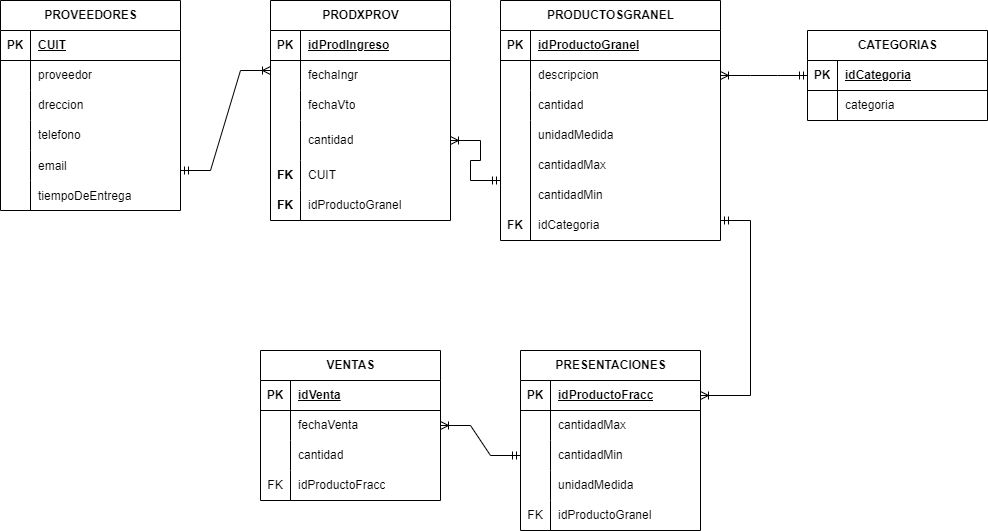
Earlier version of the draw.io export diagramaCrowFoot.drawio.png (ISPC-PROYECTOS/controlStockGranel). Source tidied: cells renumbered, new cells last; positions are measured from the earlier drawing's top-left corner, leaving out a move shared by most shapes.
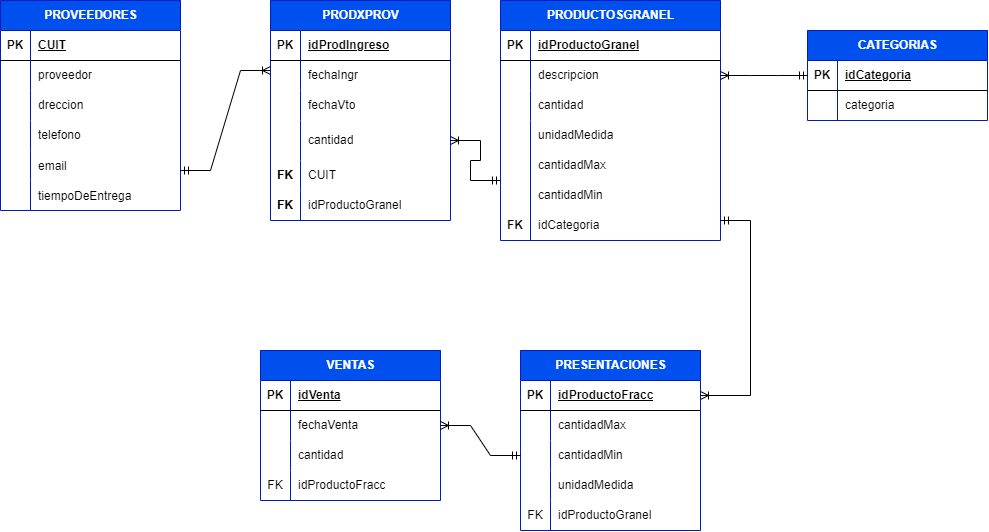
The same diagram one commit later.

What changed in the source:
```diff
@@ -2,64 +2,64 @@
   <root>
     <mxCell id="0" />
     <mxCell id="1" parent="0" />
-    <mxCell id="2" value="PROVEEDORES" style="shape=table;startSize=30;rowLines=0;fontStyle=1;align=center;html=1;" parent="1" vertex="1">
+    <mxCell id="2" value="PROVEEDORES" style="shape=table;startSize=30;rowLines=0;fontStyle=1;align=center;html=1;fillColor=#0050ef;fontColor=#ffffff;strokeColor=#001DBC;gradientColor=none;swimlaneFillColor=#ffffff;" parent="1" vertex="1">
       <mxGeometry width="180" height="210" as="geometry" />
     </mxCell>
-    <mxCell id="3" style="shape=tableRow;horizontal=0;startSize=0;swimlaneHead=0;swimlaneBody=0;fillColor=none;top=0;left=0;right=0;bottom=1;" parent="2" vertex="1">
+    <mxCell id="3" style="shape=tableRow;horizontal=0;startSize=0;swimlaneHead=0;swimlaneBody=0;fillColor=none;top=0;left=0;right=0;bottom=1;swimlaneFillColor=none;" parent="2" vertex="1">
       <mxGeometry y="30" width="180" height="30" as="geometry" />
     </mxCell>
-    <mxCell id="4" value="PK" style="shape=partialRectangle;fillColor=none;top=0;left=0;bottom=0;right=0;fontStyle=1;overflow=hidden;whiteSpace=wrap;html=1;" parent="3" vertex="1">
+    <mxCell id="4" value="PK" style="shape=partialRectangle;fillColor=none;top=0;left=0;bottom=0;right=0;fontStyle=1;overflow=hidden;whiteSpace=wrap;html=1;swimlaneFillColor=none;" parent="3" vertex="1">
       <mxGeometry width="30" height="30" as="geometry" />
     </mxCell>
-    <mxCell id="5" value="CUIT" style="shape=partialRectangle;fillColor=none;top=0;left=0;bottom=0;right=0;align=left;spacingLeft=6;fontStyle=5;overflow=hidden;whiteSpace=wrap;html=1;" parent="3" vertex="1">
+    <mxCell id="5" value="CUIT" style="shape=partialRectangle;fillColor=none;top=0;left=0;bottom=0;right=0;align=left;spacingLeft=6;fontStyle=5;overflow=hidden;whiteSpace=wrap;html=1;swimlaneFillColor=none;" parent="3" vertex="1">
       <mxGeometry x="30" width="150" height="30" as="geometry" />
     </mxCell>
-    <mxCell id="6" style="shape=tableRow;horizontal=0;startSize=0;swimlaneHead=0;swimlaneBody=0;fillColor=none;top=0;left=0;right=0;bottom=0;" parent="2" vertex="1">
+    <mxCell id="6" style="shape=tableRow;horizontal=0;startSize=0;swimlaneHead=0;swimlaneBody=0;fillColor=none;top=0;left=0;right=0;bottom=0;swimlaneFillColor=none;" parent="2" vertex="1">
       <mxGeometry y="60" width="180" height="30" as="geometry" />
     </mxCell>
-    <mxCell id="7" style="shape=partialRectangle;fillColor=none;top=0;left=0;bottom=0;right=0;overflow=hidden;whiteSpace=wrap;html=1;" parent="6" vertex="1">
+    <mxCell id="7" style="shape=partialRectangle;fillColor=none;top=0;left=0;bottom=0;right=0;overflow=hidden;whiteSpace=wrap;html=1;swimlaneFillColor=none;" parent="6" vertex="1">
       <mxGeometry width="30" height="30" as="geometry" />
     </mxCell>
-    <mxCell id="8" value="proveedor" style="shape=partialRectangle;fillColor=none;top=0;left=0;bottom=0;right=0;align=left;spacingLeft=6;overflow=hidden;whiteSpace=wrap;html=1;" parent="6" vertex="1">
+    <mxCell id="8" value="proveedor" style="shape=partialRectangle;fillColor=none;top=0;left=0;bottom=0;right=0;align=left;spacingLeft=6;overflow=hidden;whiteSpace=wrap;html=1;swimlaneFillColor=none;" parent="6" vertex="1">
       <mxGeometry x="30" width="150" height="30" as="geometry" />
     </mxCell>
-    <mxCell id="9" style="shape=tableRow;horizontal=0;startSize=0;swimlaneHead=0;swimlaneBody=0;fillColor=none;top=0;left=0;right=0;bottom=0;" parent="2" vertex="1">
+    <mxCell id="9" style="shape=tableRow;horizontal=0;startSize=0;swimlaneHead=0;swimlaneBody=0;fillColor=none;top=0;left=0;right=0;bottom=0;swimlaneFillColor=none;" parent="2" vertex="1">
       <mxGeometry y="90" width="180" height="30" as="geometry" />
     </mxCell>
-    <mxCell id="10" style="shape=partialRectangle;fillColor=none;top=0;left=0;bottom=0;right=0;overflow=hidden;whiteSpace=wrap;html=1;" parent="9" vertex="1">
+    <mxCell id="10" style="shape=partialRectangle;fillColor=none;top=0;left=0;bottom=0;right=0;overflow=hidden;whiteSpace=wrap;html=1;swimlaneFillColor=none;" parent="9" vertex="1">
       <mxGeometry width="30" height="30" as="geometry" />
     </mxCell>
-    <mxCell id="11" value="dreccion" style="shape=partialRectangle;fillColor=none;top=0;left=0;bottom=0;right=0;align=left;spacingLeft=6;overflow=hidden;whiteSpace=wrap;html=1;" parent="9" vertex="1">
+    <mxCell id="11" value="dreccion" style="shape=partialRectangle;fillColor=none;top=0;left=0;bottom=0;right=0;align=left;spacingLeft=6;overflow=hidden;whiteSpace=wrap;html=1;swimlaneFillColor=none;" parent="9" vertex="1">
       <mxGeometry x="30" width="150" height="30" as="geometry" />
     </mxCell>
-    <mxCell id="12" style="shape=tableRow;horizontal=0;startSize=0;swimlaneHead=0;swimlaneBody=0;fillColor=none;top=0;left=0;right=0;bottom=0;" parent="2" vertex="1">
+    <mxCell id="12" style="shape=tableRow;horizontal=0;startSize=0;swimlaneHead=0;swimlaneBody=0;fillColor=none;top=0;left=0;right=0;bottom=0;swimlaneFillColor=none;" parent="2" vertex="1">
       <mxGeometry y="120" width="180" height="30" as="geometry" />
     </mxCell>
-    <mxCell id="13" style="shape=partialRectangle;fillColor=none;top=0;left=0;bottom=0;right=0;overflow=hidden;whiteSpace=wrap;html=1;" parent="12" vertex="1">
+    <mxCell id="13" style="shape=partialRectangle;fillColor=none;top=0;left=0;bottom=0;right=0;overflow=hidden;whiteSpace=wrap;html=1;swimlaneFillColor=none;" parent="12" vertex="1">
       <mxGeometry width="30" height="30" as="geometry" />
     </mxCell>
-    <mxCell id="14" value="telefono" style="shape=partialRectangle;fillColor=none;top=0;left=0;bottom=0;right=0;align=left;spacingLeft=6;overflow=hidden;whiteSpace=wrap;html=1;" parent="12" vertex="1">
+    <mxCell id="14" value="telefono" style="shape=partialRectangle;fillColor=none;top=0;left=0;bottom=0;right=0;align=left;spacingLeft=6;overflow=hidden;whiteSpace=wrap;html=1;swimlaneFillColor=none;" parent="12" vertex="1">
       <mxGeometry x="30" width="150" height="30" as="geometry" />
     </mxCell>
-    <mxCell id="15" style="shape=tableRow;horizontal=0;startSize=0;swimlaneHead=0;swimlaneBody=0;fillColor=none;top=0;left=0;right=0;bottom=0;" parent="2" vertex="1">
+    <mxCell id="15" style="shape=tableRow;horizontal=0;startSize=0;swimlaneHead=0;swimlaneBody=0;fillColor=none;top=0;left=0;right=0;bottom=0;swimlaneFillColor=none;" parent="2" vertex="1">
       <mxGeometry y="150" width="180" height="30" as="geometry" />
     </mxCell>
-    <mxCell id="16" style="shape=partialRectangle;fillColor=none;top=0;left=0;bottom=0;right=0;overflow=hidden;" parent="15" vertex="1">
+    <mxCell id="16" style="shape=partialRectangle;fillColor=none;top=0;left=0;bottom=0;right=0;overflow=hidden;swimlaneFillColor=none;" parent="15" vertex="1">
       <mxGeometry width="30" height="30" as="geometry" />
     </mxCell>
-    <mxCell id="17" value="email" style="shape=partialRectangle;fillColor=none;top=0;left=0;bottom=0;right=0;align=left;spacingLeft=6;overflow=hidden;" parent="15" vertex="1">
+    <mxCell id="17" value="email" style="shape=partialRectangle;fillColor=none;top=0;left=0;bottom=0;right=0;align=left;spacingLeft=6;overflow=hidden;swimlaneFillColor=none;" parent="15" vertex="1">
       <mxGeometry x="30" width="150" height="30" as="geometry" />
     </mxCell>
-    <mxCell id="18" style="shape=tableRow;horizontal=0;startSize=0;swimlaneHead=0;swimlaneBody=0;fillColor=none;top=0;left=0;right=0;bottom=0;" parent="2" vertex="1">
+    <mxCell id="18" style="shape=tableRow;horizontal=0;startSize=0;swimlaneHead=0;swimlaneBody=0;fillColor=none;top=0;left=0;right=0;bottom=0;swimlaneFillColor=none;" parent="2" vertex="1">
       <mxGeometry y="180" width="180" height="30" as="geometry" />
     </mxCell>
-    <mxCell id="19" style="shape=partialRectangle;fillColor=none;top=0;left=0;bottom=0;right=0;overflow=hidden;" parent="18" vertex="1">
+    <mxCell id="19" style="shape=partialRectangle;fillColor=none;top=0;left=0;bottom=0;right=0;overflow=hidden;swimlaneFillColor=none;" parent="18" vertex="1">
       <mxGeometry width="30" height="30" as="geometry" />
     </mxCell>
-    <mxCell id="20" value="tiempoDeEntrega" style="shape=partialRectangle;fillColor=none;top=0;left=0;bottom=0;right=0;align=left;spacingLeft=6;overflow=hidden;" parent="18" vertex="1">
+    <mxCell id="20" value="tiempoDeEntrega" style="shape=partialRectangle;fillColor=none;top=0;left=0;bottom=0;right=0;align=left;spacingLeft=6;overflow=hidden;swimlaneFillColor=none;" parent="18" vertex="1">
       <mxGeometry x="30" width="150" height="30" as="geometry" />
     </mxCell>
-    <mxCell id="21" value="PRODXPROV" style="shape=table;startSize=30;rowLines=0;fontStyle=1;align=center;html=1;" parent="1" vertex="1">
+    <mxCell id="21" value="PRODXPROV" style="shape=table;startSize=30;rowLines=0;fontStyle=1;align=center;html=1;fillColor=#0050ef;fontColor=#ffffff;strokeColor=#001DBC;swimlaneFillColor=#ffffff;" parent="1" vertex="1">
       <mxGeometry x="270" width="180" height="220" as="geometry" />
     </mxCell>
     <mxCell id="22" style="shape=tableRow;horizontal=0;startSize=0;swimlaneHead=0;swimlaneBody=0;fillColor=none;top=0;left=0;right=0;bottom=1;" parent="21" vertex="1">
@@ -116,7 +116,7 @@
     <mxCell id="39" value="idProductoGranel" style="shape=partialRectangle;fillColor=none;top=0;left=0;bottom=0;right=0;align=left;spacingLeft=6;fontStyle=0;overflow=hidden;whiteSpace=wrap;html=1;" parent="37" vertex="1">
       <mxGeometry x="30" width="150" height="30" as="geometry" />
     </mxCell>
-    <mxCell id="40" value="PRODUCTOSGRANEL" style="shape=table;startSize=30;rowLines=0;fontStyle=1;align=center;html=1;" parent="1" vertex="1">
+    <mxCell id="40" value="PRODUCTOSGRANEL" style="shape=table;startSize=30;rowLines=0;fontStyle=1;align=center;html=1;fillColor=#0050ef;fontColor=#ffffff;strokeColor=#001DBC;swimlaneFillColor=#ffffff;" parent="1" vertex="1">
       <mxGeometry x="500" width="220" height="240" as="geometry" />
     </mxCell>
     <mxCell id="41" style="shape=tableRow;horizontal=0;startSize=0;swimlaneHead=0;swimlaneBody=0;fillColor=none;top=0;left=0;right=0;bottom=1;" parent="40" vertex="1">
@@ -189,7 +189,7 @@
         </Array>
       </mxGeometry>
     </mxCell>
-    <mxCell id="62" value="CATEGORIAS" style="shape=table;startSize=30;rowLines=0;fontStyle=1;align=center;html=1;" parent="1" vertex="1">
+    <mxCell id="62" value="CATEGORIAS" style="shape=table;startSize=30;rowLines=0;fontStyle=1;align=center;html=1;fillColor=#0050ef;fontColor=#ffffff;strokeColor=#001DBC;swimlaneFillColor=#ffffff;" parent="1" vertex="1">
       <mxGeometry x="807" y="30" width="180" height="90" as="geometry" />
     </mxCell>
     <mxCell id="63" style="shape=tableRow;horizontal=0;startSize=0;swimlaneHead=0;swimlaneBody=0;fillColor=none;points=[[0,0.5],[1,0.5]];portConstraint=eastwest;top=0;left=0;right=0;bottom=1;" parent="62" vertex="1">
@@ -218,7 +218,7 @@
         </Array>
       </mxGeometry>
     </mxCell>
-    <mxCell id="70" value="PRESENTACIONES" style="shape=table;startSize=30;rowLines=0;fontStyle=1;align=center;html=1;" parent="1" vertex="1">
+    <mxCell id="70" value="PRESENTACIONES" style="shape=table;startSize=30;rowLines=0;fontStyle=1;align=center;html=1;fillColor=#0050ef;fontColor=#ffffff;strokeColor=#001DBC;swimlaneFillColor=#ffffff;" parent="1" vertex="1">
       <mxGeometry x="520" y="350" width="180" height="180" as="geometry" />
     </mxCell>
     <mxCell id="71" style="shape=tableRow;horizontal=0;startSize=0;swimlaneHead=0;swimlaneBody=0;fillColor=none;top=0;left=0;right=0;bottom=1;" parent="70" vertex="1">
@@ -275,7 +275,7 @@
         </Array>
       </mxGeometry>
     </mxCell>
-    <mxCell id="87" value="VENTAS" style="shape=table;startSize=30;rowLines=0;fontStyle=1;align=center;html=1;" parent="1" vertex="1">
+    <mxCell id="87" value="VENTAS" style="shape=table;startSize=30;rowLines=0;fontStyle=1;align=center;html=1;fillColor=#0050ef;fontColor=#ffffff;strokeColor=#001DBC;swimlaneFillColor=#ffffff;" parent="1" vertex="1">
       <mxGeometry x="260" y="350" width="180" height="150" as="geometry" />
     </mxCell>
     <mxCell id="88" style="shape=tableRow;horizontal=0;startSize=0;swimlaneHead=0;swimlaneBody=0;fillColor=none;top=0;left=0;right=0;bottom=1;" parent="87" vertex="1">
```
